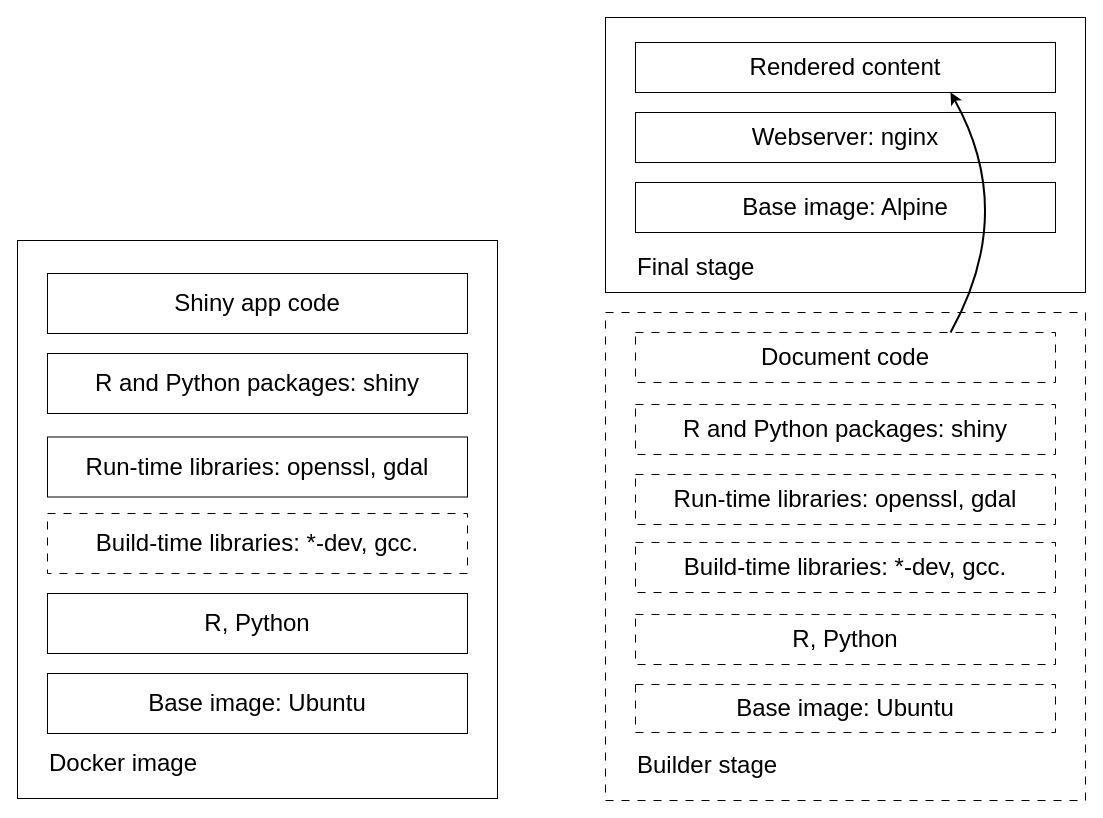
The draw.io diagram book-source/images/02/docker-layers.drawio in h10y/book, before the edit. Source tidied: cells renumbered, new cells numbered last; positions are measured from the earlier drawing's top-left corner, leaving out a move shared by most shapes. Both pictures are drawn from the tidied source at 100%, with x=0, y=0 at pixel (17, 17).
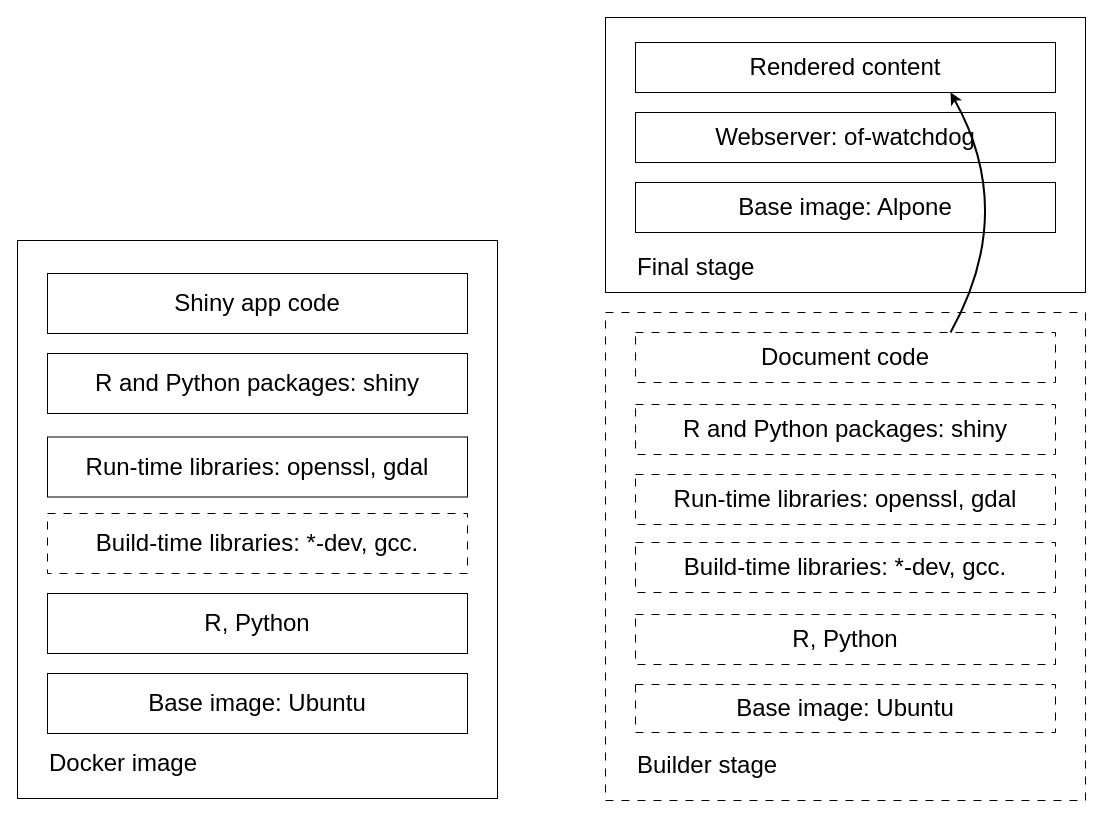
Above is the later version.

What changed in the source:
```diff
@@
-    <mxCell id="21" value="&lt;font style=&quot;font-size: 24px;&quot;&gt;Webserver: nginx&lt;br&gt;&lt;/font&gt;" style="rounded=0;whiteSpace=wrap;html=1;" parent="1" vertex="1">
+    <mxCell id="21" value="&lt;font style=&quot;font-size: 24px;&quot;&gt;Webserver: of-watchdog&lt;br&gt;&lt;/font&gt;" style="rounded=0;whiteSpace=wrap;html=1;" parent="1" vertex="1">
       <mxGeometry x="618" y="95" width="420" height="50" as="geometry" />
     </mxCell>
-    <mxCell id="22" value="&lt;font style=&quot;font-size: 24px;&quot;&gt;Base image: Alpine&lt;br&gt;&lt;/font&gt;" style="rounded=0;whiteSpace=wrap;html=1;" parent="1" vertex="1">
+    <mxCell id="22" value="&lt;font style=&quot;font-size: 24px;&quot;&gt;Base image: Alpone&lt;br&gt;&lt;/font&gt;" style="rounded=0;whiteSpace=wrap;html=1;" parent="1" vertex="1">
       <mxGeometry x="618" y="165" width="420" height="50" as="geometry" />
     </mxCell>
```
